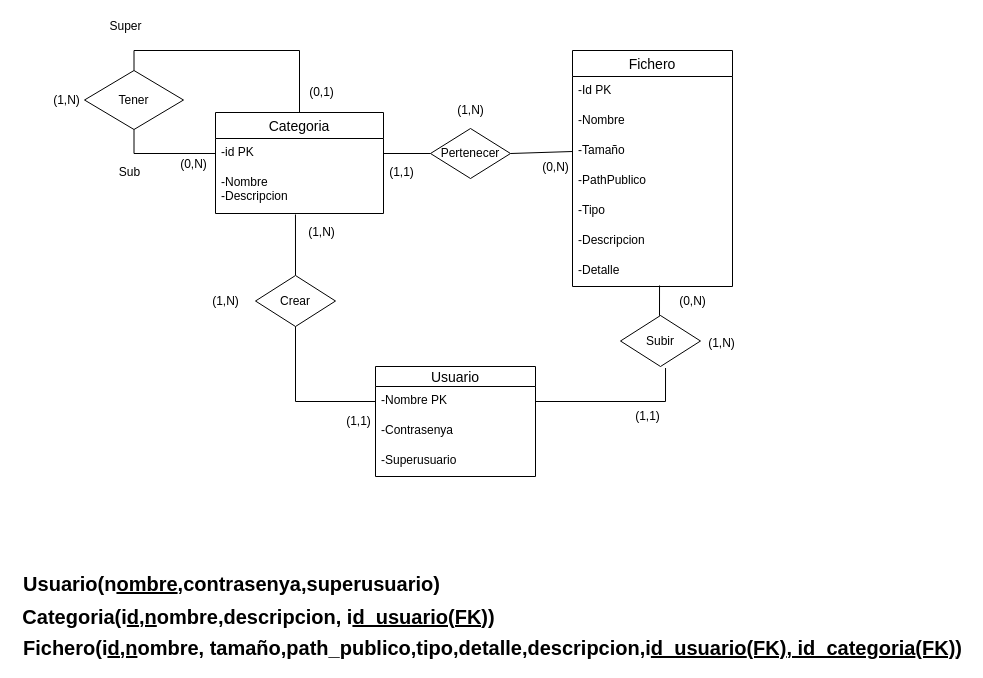
The draw.io diagram diagramaProyectoMultimedia.drawio.xml in JoanHurtadoKuin/ProyectoGestorMultimedia, before the edit. Source tidied: cells renumbered, new cells numbered last; positions are measured from the earlier drawing's top-left corner, leaving out a move shared by most shapes. Both pictures are drawn from the tidied source at 100%, with x=0, y=0 at pixel (17, 17).
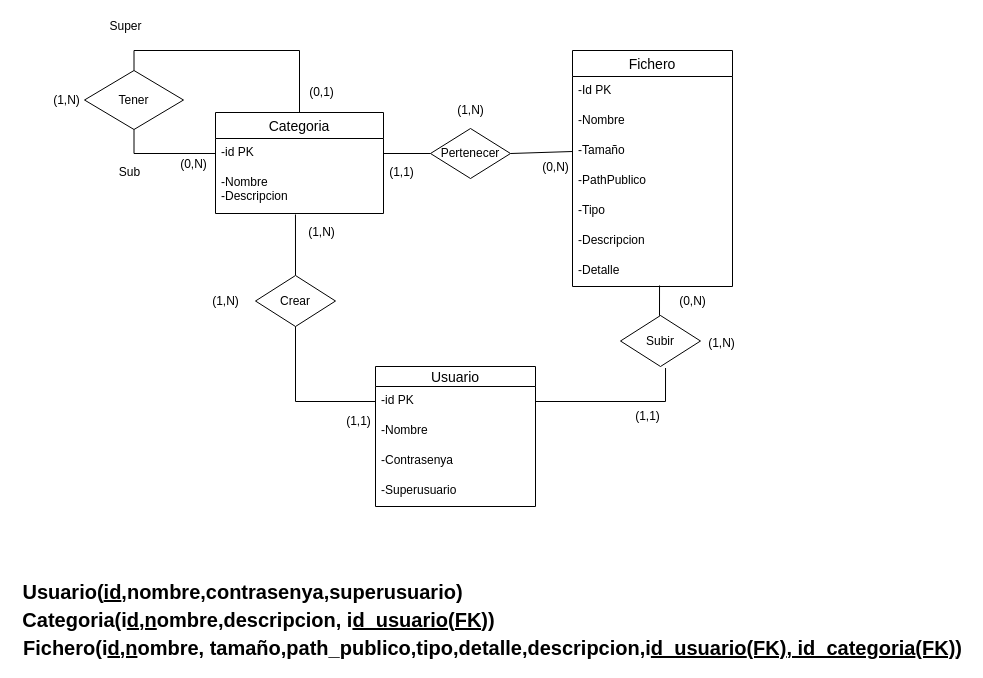
Above is the later version.

Diff of the diagram source:
```diff
@@
     <mxCell id="2" value="Usuario" style="swimlane;fontStyle=0;horizontal=1;startSize=20;align=center;fontSize=14;" parent="1" vertex="1">
-      <mxGeometry x="358" y="349" width="160" height="110" as="geometry" />
+      <mxGeometry x="358" y="349" width="160" height="140" as="geometry" />
     </mxCell>
-    <mxCell id="3" value="-Nombre PK" style="text;strokeColor=none;fillColor=none;spacingLeft=4;spacingRight=4;overflow=hidden;points=[[0,0.5],[1,0.5]];portConstraint=eastwest;fontSize=12;" parent="2" vertex="1">
+    <mxCell id="3" value="-id PK" style="text;strokeColor=none;fillColor=none;spacingLeft=4;spacingRight=4;overflow=hidden;points=[[0,0.5],[1,0.5]];portConstraint=eastwest;fontSize=12;" parent="2" vertex="1">
       <mxGeometry y="20" width="160" height="30" as="geometry" />
     </mxCell>
+    <mxCell id="46" value="-Nombre" style="text;strokeColor=none;fillColor=none;spacingLeft=4;spacingRight=4;overflow=hidden;fontSize=12;" parent="2" vertex="1">
+      <mxGeometry y="50" width="160" height="30" as="geometry" />
+    </mxCell>
     <mxCell id="4" value="-Contrasenya" style="text;strokeColor=none;fillColor=none;spacingLeft=4;spacingRight=4;overflow=hidden;fontSize=12;" parent="2" vertex="1">
-      <mxGeometry y="50" width="160" height="30" as="geometry" />
+      <mxGeometry y="80" width="160" height="30" as="geometry" />
     </mxCell>
     <mxCell id="5" value="-Superusuario" style="text;strokeColor=none;fillColor=none;spacingLeft=4;spacingRight=4;overflow=hidden;fontSize=12;" parent="2" vertex="1">
-      <mxGeometry y="80" width="160" height="30" as="geometry" />
+      <mxGeometry y="110" width="160" height="30" as="geometry" />
     </mxCell>
@@
-    <mxCell id="42" value="&lt;font style=&quot;font-size: 20px;&quot;&gt;&lt;b&gt;Usuario(n&lt;u&gt;ombre&lt;/u&gt;,contrasenya,superusuario)&lt;/b&gt;&lt;/font&gt;" style="text;html=1;align=center;verticalAlign=middle;strokeColor=none;fillColor=none;" parent="1" vertex="1">
-      <mxGeometry y="555" width="427" height="21" as="geometry" />
+    <mxCell id="42" value="&lt;font style=&quot;font-size: 20px&quot;&gt;&lt;b&gt;Usuario(&lt;u&gt;id&lt;/u&gt;,nombre,contrasenya,superusuario)&lt;/b&gt;&lt;/font&gt;" style="text;html=1;align=center;verticalAlign=middle;strokeColor=none;fillColor=none;" parent="1" vertex="1">
+      <mxGeometry y="563" width="450" height="21" as="geometry" />
     </mxCell>
     <mxCell id="43" value="&lt;b&gt;Categoria(i&lt;u&gt;d,n&lt;/u&gt;ombre,descripcion, i&lt;u&gt;d_usuario&lt;/u&gt;&lt;/b&gt;&lt;b&gt;&lt;u&gt;(FK)&lt;/u&gt;&lt;/b&gt;&lt;b&gt;&lt;u&gt;)&lt;/u&gt;&lt;/b&gt;" style="text;html=1;align=center;verticalAlign=middle;strokeColor=none;fillColor=none;fontSize=20;" parent="1" vertex="1">
-      <mxGeometry y="585" width="482" height="28" as="geometry" />
+      <mxGeometry y="588" width="482" height="28" as="geometry" />
     </mxCell>
```
